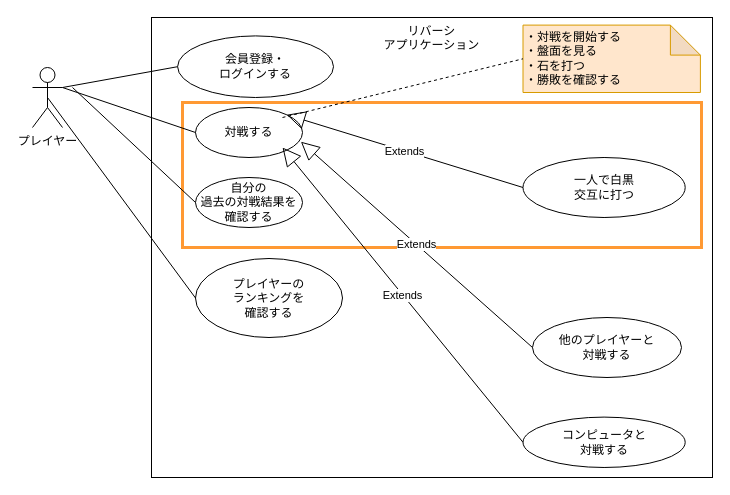
Earlier version of the draw.io diagram docs/use-case.drawio (s-yoshiii/reversi-webapp). Source tidied: cells renumbered, new cells numbered last; positions are measured from the earlier drawing's top-left corner, leaving out a move shared by most shapes. Both pictures are drawn from the tidied source at 100%, with x=0, y=0 at pixel (32, 17).
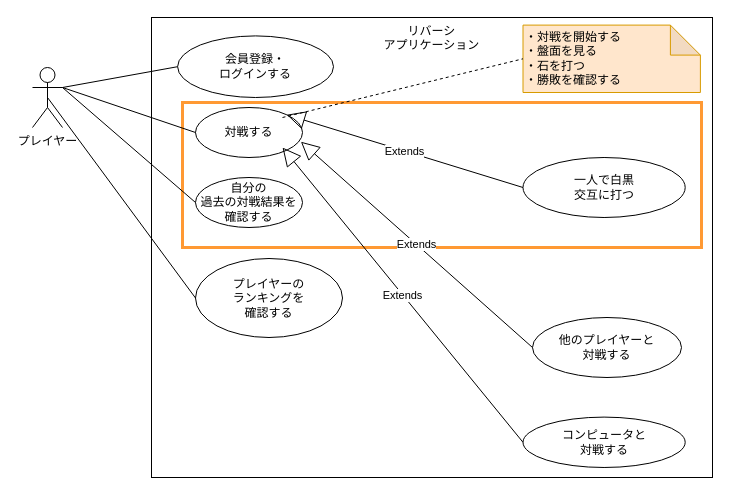
Above is the later version.

The change refers to these unchanged cells:
```xml
<mxCell id="9" value="プレイヤー" style="shape=umlActor;verticalLabelPosition=bottom;verticalAlign=top;html=1;labelBackgroundColor=none;fillColor=none;" parent="1" vertex="1">
  <mxGeometry y="50" width="30" height="60" as="geometry" />
</mxCell>
<mxCell id="12" value="自分の&lt;br&gt;過去の対戦結果を確認する" style="ellipse;whiteSpace=wrap;html=1;labelBackgroundColor=none;fillColor=none;" parent="1" vertex="1">
  <mxGeometry x="163" y="160" width="107" height="50" as="geometry" />
</mxCell>
```

What changed in the source:
```diff
@@
-    <mxCell id="15" style="endArrow=none;html=1;startSize=1;endSize=0;jumpSize=1;exitX=0;exitY=0.5;exitDx=0;exitDy=0;" parent="1" edge="1" source="12">
-      <mxGeometry relative="1" as="geometry">
-        <mxPoint x="40" y="70" as="targetPoint" />
-      </mxGeometry>
+    <mxCell id="15" style="endArrow=none;html=1;startSize=1;endSize=0;jumpSize=1;exitX=0;exitY=0.5;exitDx=0;exitDy=0;entryX=1;entryY=0.3333333333333333;entryDx=0;entryDy=0;entryPerimeter=0;" parent="1" edge="1" source="12" target="9">
+      <mxGeometry relative="1" as="geometry" />
     </mxCell>
```
